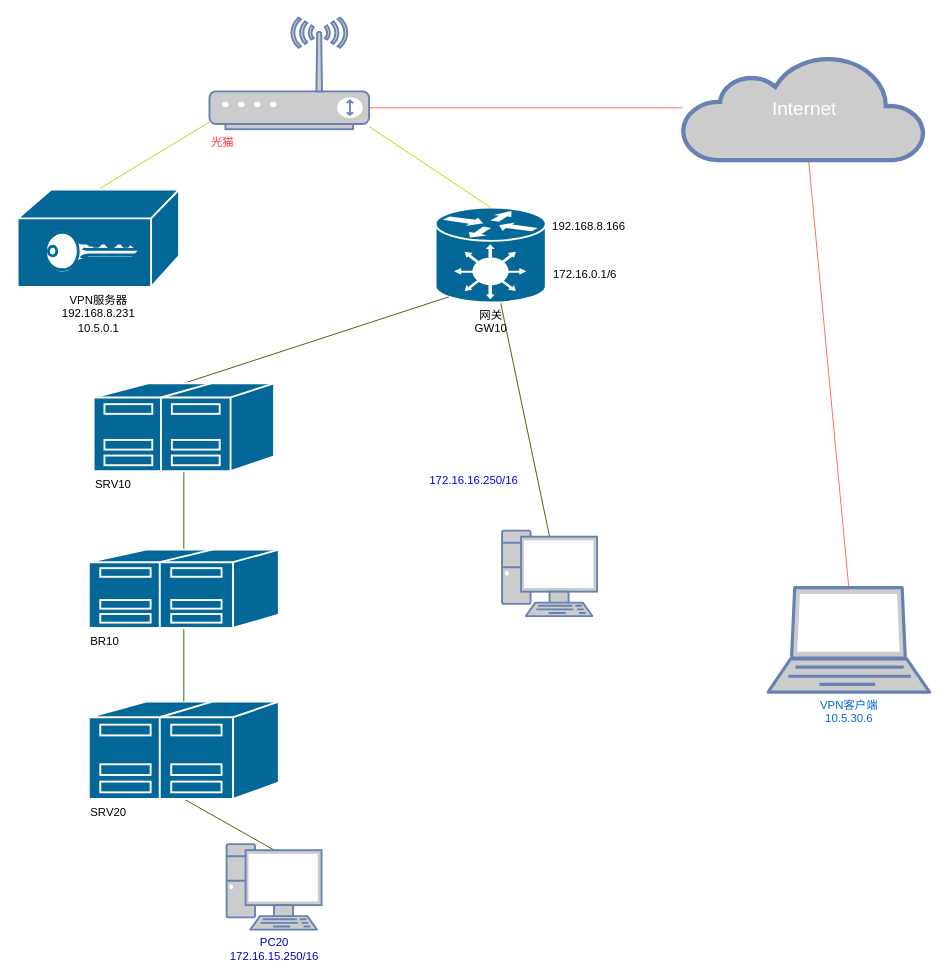
LockeJet/dopamineplz.github.io keeps this draw.io diagram as Untitled Diagram.drawio. Above is the earlier version. Source tidied: cells renumbered, new cells numbered last; positions are measured from the earlier drawing's top-left corner, leaving out a move shared by most shapes. Both pictures are drawn from the tidied source at 95%, with x=0, y=0 at pixel (17, 17).
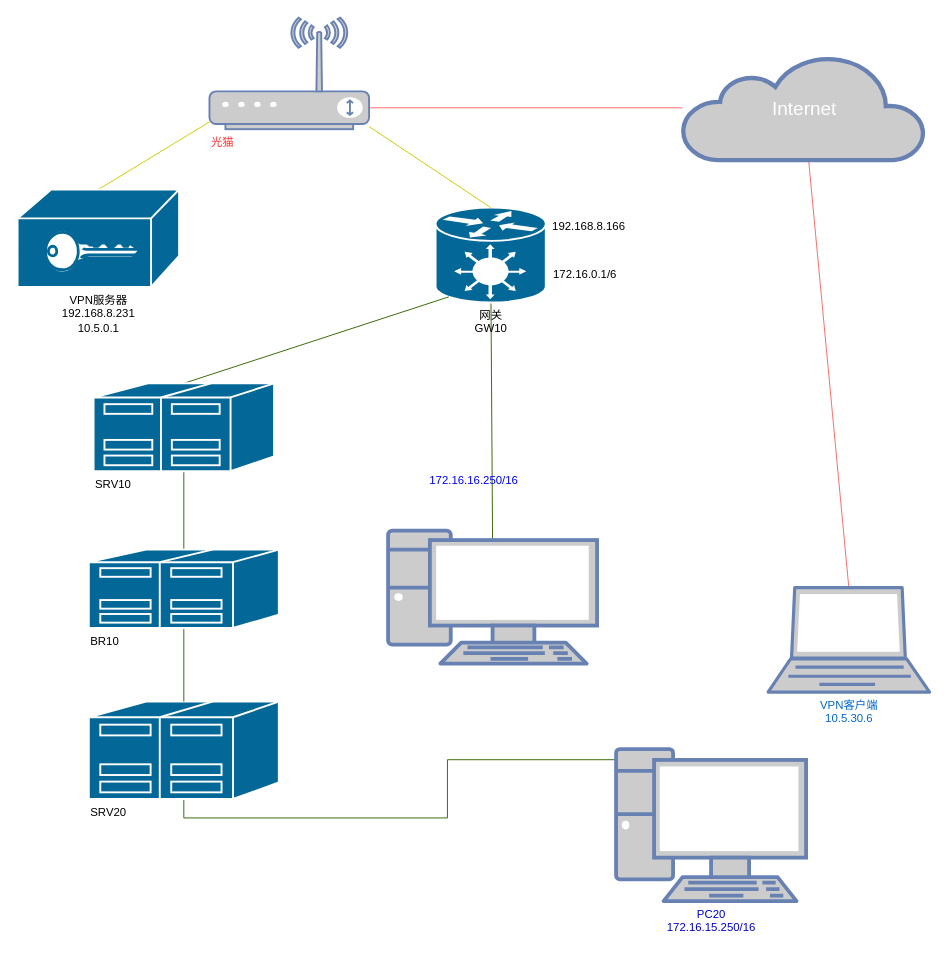
The same diagram, later.

The change refers to these unchanged cells:
```xml
<mxCell id="14" value="&lt;div align=&quot;left&quot;&gt;SRV20&lt;/div&gt;" style="shape=mxgraph.cisco.servers.standard_host;html=1;dashed=0;fillColor=#036897;strokeColor=#ffffff;strokeWidth=2;verticalLabelPosition=bottom;verticalAlign=top;align=left;outlineConnect=0;" parent="1" vertex="1">
  <mxGeometry x="75" y="720" width="200" height="102.5" as="geometry" />
</mxCell>
```

Change to the diagram source:
```diff
@@
     <mxCell id="5" style="fontColor=#0066CC;verticalAlign=top;verticalLabelPosition=bottom;labelPosition=center;align=center;html=1;outlineConnect=0;fillColor=#CCCCCC;strokeColor=#6881B3;gradientColor=none;gradientDirection=north;strokeWidth=2;shape=mxgraph.networks.pc;" parent="1" vertex="1">
-      <mxGeometry x="510" y="540" width="100" height="90" as="geometry" />
+      <mxGeometry x="390" y="540" width="220" height="140" as="geometry" />
     </mxCell>
@@
-    <mxCell id="13" style="edgeStyle=none;rounded=0;sketch=0;jettySize=auto;html=1;exitX=0.5;exitY=1;exitDx=0;exitDy=0;exitPerimeter=0;entryX=0.5;entryY=0.07;entryDx=0;entryDy=0;entryPerimeter=0;shadow=0;startArrow=oval;startFill=1;startSize=0;endArrow=oval;endFill=1;endSize=0;strokeColor=#336600;" parent="1" edge="1" source="14" target="20">
+    <mxCell id="13" style="edgeStyle=orthogonalEdgeStyle;rounded=0;sketch=0;jettySize=auto;html=1;exitX=0.5;exitY=1;exitDx=0;exitDy=0;exitPerimeter=0;entryX=0.5;entryY=0.07;entryDx=0;entryDy=0;entryPerimeter=0;shadow=0;startArrow=oval;startFill=1;startSize=0;endArrow=oval;endFill=1;endSize=0;strokeColor=#336600;" parent="1" edge="1" source="14" target="20">
       <mxGeometry relative="1" as="geometry" />
     </mxCell>
@@
     <mxCell id="20" value="&lt;div&gt;PC20&lt;/div&gt;&lt;div&gt;172.16.15.250/16&lt;br&gt;&lt;/div&gt;" style="verticalAlign=top;verticalLabelPosition=bottom;labelPosition=center;align=center;html=1;outlineConnect=0;fillColor=#CCCCCC;strokeColor=#6881B3;gradientColor=none;gradientDirection=north;strokeWidth=2;shape=mxgraph.networks.pc;fontColor=#0000CC;" parent="1" vertex="1">
-      <mxGeometry x="220" y="870" width="100" height="90" as="geometry" />
+      <mxGeometry x="630" y="770" width="200" height="160" as="geometry" />
     </mxCell>
```
